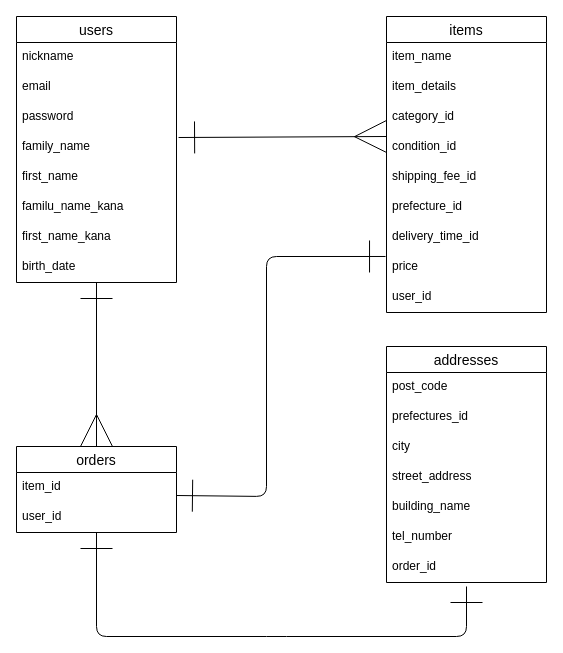
Earlier version of the draw.io diagram assignment.dio (haroco/furima-40291). Source tidied: cells renumbered, new cells numbered last; positions are measured from the earlier drawing's top-left corner, leaving out a move shared by most shapes. Both pictures are drawn from the tidied source at 100%, with x=0, y=0 at pixel (16, 16).
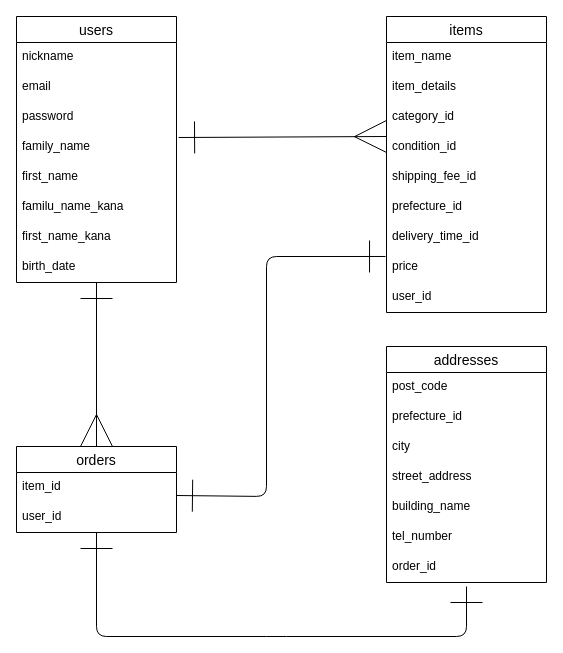
The same page after the edit.

Commit message:
prefectures_idをprefecture_idに修正

Unchanged cells that the change refers to:
```xml
<mxCell id="25" value="addresses" style="swimlane;fontStyle=0;horizontal=1;startSize=26;align=center;fontSize=14;" parent="1" vertex="1">
  <mxGeometry x="370" y="330" width="160" height="236" as="geometry" />
</mxCell>
```

Diff of the diagram source:
```diff
@@
-    <mxCell id="27" value="prefectures_id" style="text;strokeColor=none;fillColor=none;spacingLeft=4;spacingRight=4;overflow=hidden;fontSize=12;" parent="25" vertex="1">
+    <mxCell id="27" value="prefecture_id" style="text;strokeColor=none;fillColor=none;spacingLeft=4;spacingRight=4;overflow=hidden;fontSize=12;" parent="25" vertex="1">
       <mxGeometry y="56" width="160" height="30" as="geometry" />
     </mxCell>
```
